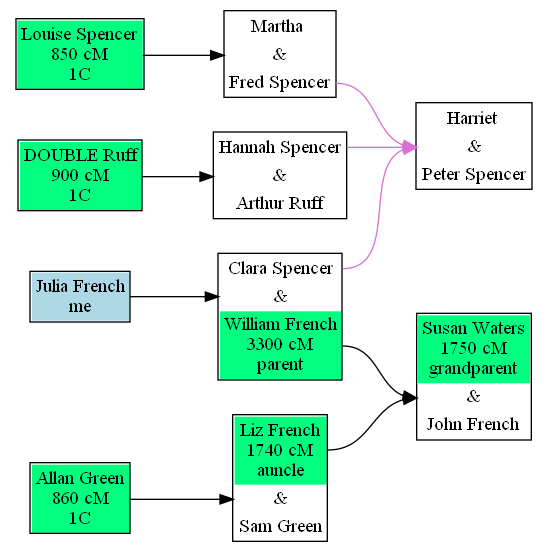
Earlier version of the Graphviz export test-data/double-cousins.png (johnandrea/draw-dna-matches). Its source is kept beside it as test-data/double-cousins.dot.
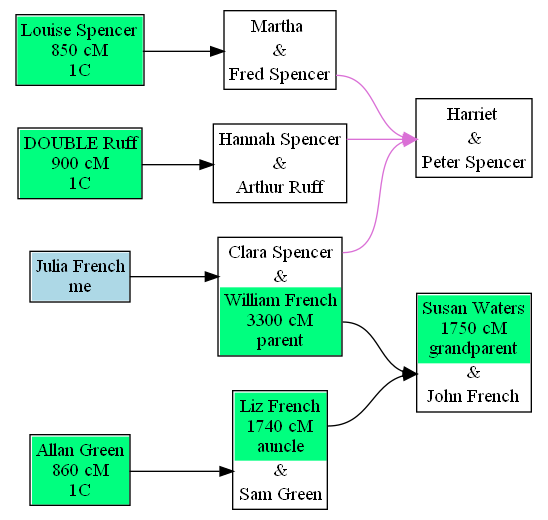
The same file after the commit.

What changed in the source:
```diff
@@ -4,62 +4,62 @@
 f2 [label=<
 <table cellpadding="3" border="1" cellspacing="0" cellborder="0">
 <tr><td port="w" bgcolor="springgreen">Susan Waters<br/>1750 cM<br/>grandparent</td></tr>
-<tr><td port="u">&amp;</td></tr>
+<tr><td port="u" cellpadding="0" cellspacing="0">&amp;</td></tr>
 <tr><td port="h">John French</td></tr>
 </table>>];
 f3 [label=<
 <table cellpadding="3" border="1" cellspacing="0" cellborder="0">
 <tr><td port="w">Clara Spencer</td></tr>
-<tr><td port="u">&amp;</td></tr>
+<tr><td port="u" cellpadding="0" cellspacing="0">&amp;</td></tr>
 <tr><td port="h" bgcolor="springgreen">William French<br/>3300 cM<br/>parent</td></tr>
 </table>>];
 f4 [label=<
 <table cellpadding="3" border="1" cellspacing="0" cellborder="0">
 <tr><td port="w" bgcolor="springgreen">Liz French<br/>1740 cM<br/>auncle</td></tr>
-<tr><td port="u">&amp;</td></tr>
+<tr><td port="u" cellpadding="0" cellspacing="0">&amp;</td></tr>
 <tr><td port="h">Sam Green</td></tr>
 </table>>];
 f6 [label=<
 <table cellpadding="3" border="1" cellspacing="0" cellborder="0">
 <tr><td port="w">Harriet </td></tr>
-<tr><td port="u">&amp;</td></tr>
+<tr><td port="u" cellpadding="0" cellspacing="0">&amp;</td></tr>
 <tr><td port="h">Peter Spencer</td></tr>
 </table>>];
 f7 [label=<
 <table cellpadding="3" border="1" cellspacing="0" cellborder="0">
 <tr><td port="w">Martha </td></tr>
-<tr><td port="u">&amp;</td></tr>
+<tr><td port="u" cellpadding="0" cellspacing="0">&amp;</td></tr>
 <tr><td port="h">Fred Spencer</td></tr>
 </table>>];
 f8 [label=<
 <table cellpadding="3" border="1" cellspacing="0" cellborder="0">
 <tr><td port="w">Hannah Spencer</td></tr>
-<tr><td port="u">&amp;</td></tr>
+<tr><td port="u" cellpadding="0" cellspacing="0">&amp;</td></tr>
 <tr><td port="h">Arthur Ruff</td></tr>
+</table>>];
+i18 [label=<
+<table cellpadding="3" border="1" cellspacing="0" cellborder="0">
+<tr><td port="i" bgcolor="springgreen">Louise Spencer<br/>850 cM<br/>1C</td></tr>
 </table>>];
 i19 [label=<
 <table cellpadding="3" border="1" cellspacing="0" cellborder="0">
 <tr><td port="i" bgcolor="springgreen">DOUBLE Ruff<br/>900 cM<br/>1C</td></tr>
 </table>>];
+i10 [label=<
+<table cellpadding="3" border="1" cellspacing="0" cellborder="0">
+<tr><td port="i" bgcolor="springgreen">Allan Green<br/>860 cM<br/>1C</td></tr>
+</table>>];
 i7 [label=<
 <table cellpadding="3" border="1" cellspacing="0" cellborder="0">
 <tr><td port="i" bgcolor="lightblue">Julia French<br/>me</td></tr>
 </table>>];
-i10 [label=<
-<table cellpadding="3" border="1" cellspacing="0" cellborder="0">
-<tr><td port="i" bgcolor="springgreen">Allan Green<br/>860 cM<br/>1C</td></tr>
-</table>>];
-i18 [label=<
-<table cellpadding="3" border="1" cellspacing="0" cellborder="0">
-<tr><td port="i" bgcolor="springgreen">Louise Spencer<br/>850 cM<br/>1C</td></tr>
-</table>>];
+f3:h -> f2:u;
+f4:w -> f2:u;
+i18:i -> f7:u;
+i10:i -> f4:u;
+f3:w -> f6:u [color=orchid];
+f8:w -> f6:u [color=orchid];
+f7:h -> f6:u [color=orchid];
 i19:i -> f8:u;
-i10:i -> f4:u;
-i18:i -> f7:u;
-f3:w -> f6:u [color=orchid];
-f4:w -> f2:u;
-f8:w -> f6:u [color=orchid];
-f3:h -> f2:u;
 i7:i -> f3:u;
-f7:h -> f6:u [color=orchid];
 }
```
